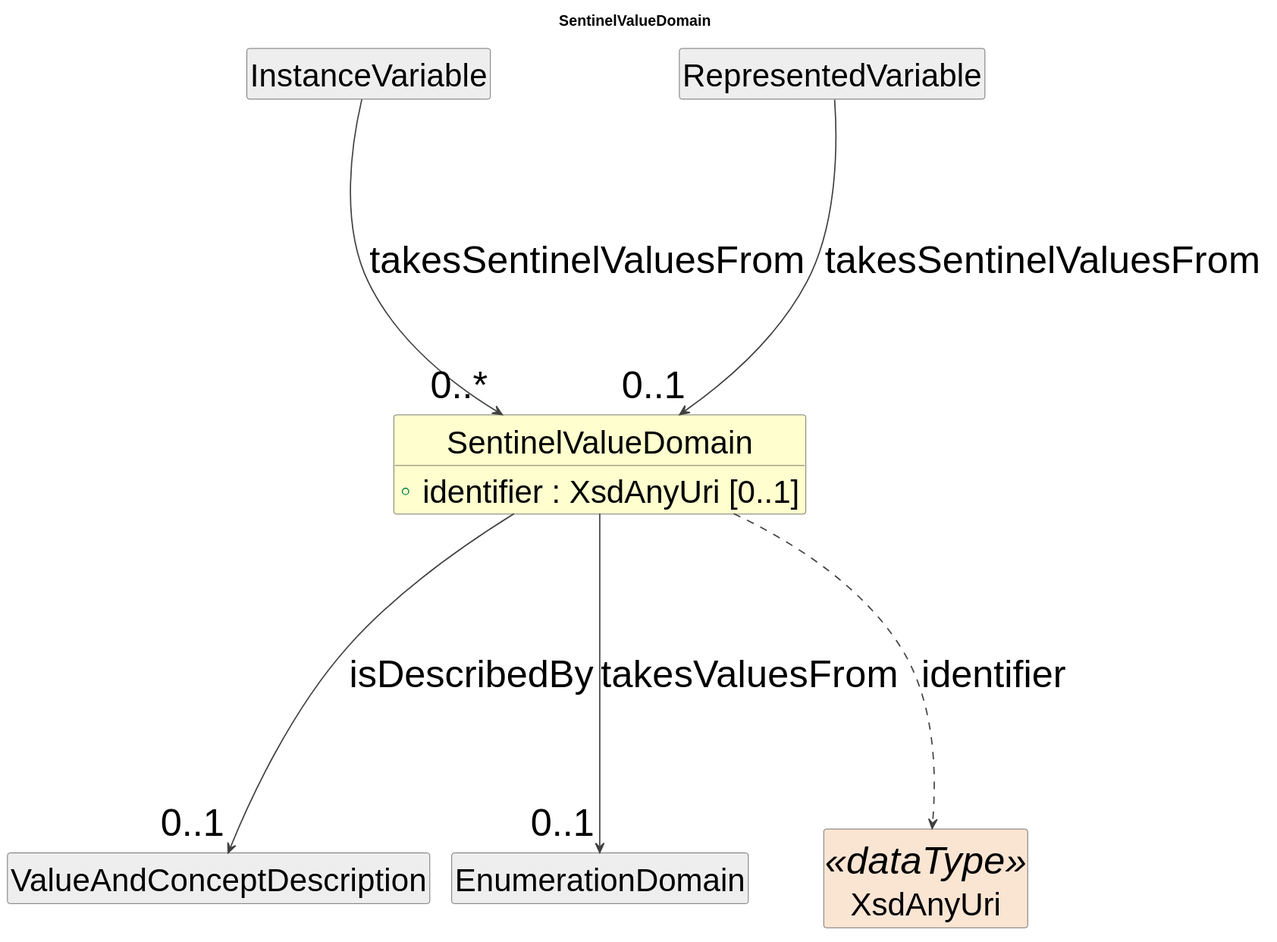
Before: cdif-uml-model/_plantuml/discoveryDataDescriptionStructure/Classes/SentinelValueDomain.svg, a diagram exported from PlantUML (Cross-Domain-Interoperability-Framework/metadataBuildingBlocks).
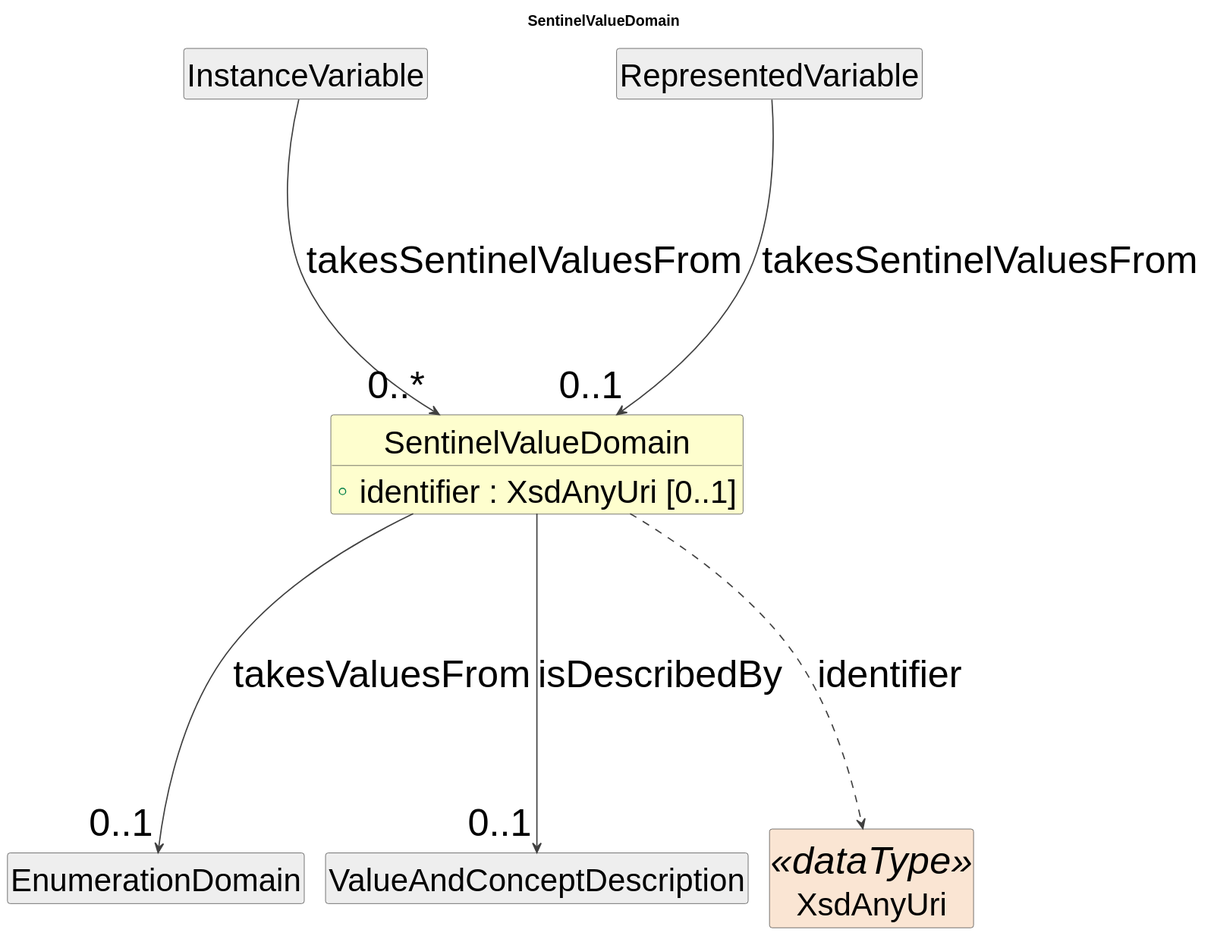
Above is the later version.

Change to the diagram source:
```diff
@@ -19,10 +19,10 @@
 }
 class "InstanceVariable" as InstanceVariable #EEEEEE
 InstanceVariable --> "0..*" SentinelValueDomain : takesSentinelValuesFrom
+class "EnumerationDomain" as EnumerationDomain #EEEEEE
+SentinelValueDomain --> "0..1" EnumerationDomain : takesValuesFrom
 class "ValueAndConceptDescription" as ValueAndConceptDescription #EEEEEE
 SentinelValueDomain --> "0..1" ValueAndConceptDescription : isDescribedBy
-class "EnumerationDomain" as EnumerationDomain #EEEEEE
-SentinelValueDomain --> "0..1" EnumerationDomain : takesValuesFrom
 class "RepresentedVariable" as RepresentedVariable #EEEEEE
 RepresentedVariable --> "0..1" SentinelValueDomain : takesSentinelValuesFrom
 class "XsdAnyUri" as XsdAnyUri <<dataType>> #FAE5D3
```
